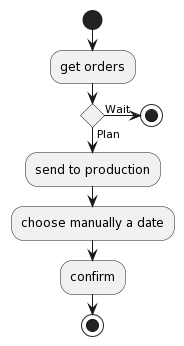
Before: diagrams/Current/Pictures/activity/production.png, a diagram exported from PlantUML (fred-corp/Bovelo_PG3L_ECAM).
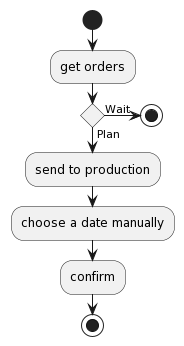
Later version of the same file.

What changed in the source:
```diff
@@ -3,7 +3,7 @@
 :get orders;
 if () is (Plan) then
 	:send to production;
-	:choose manually a date;
+	:choose a date manually;
         :confirm;
         stop
 
```
